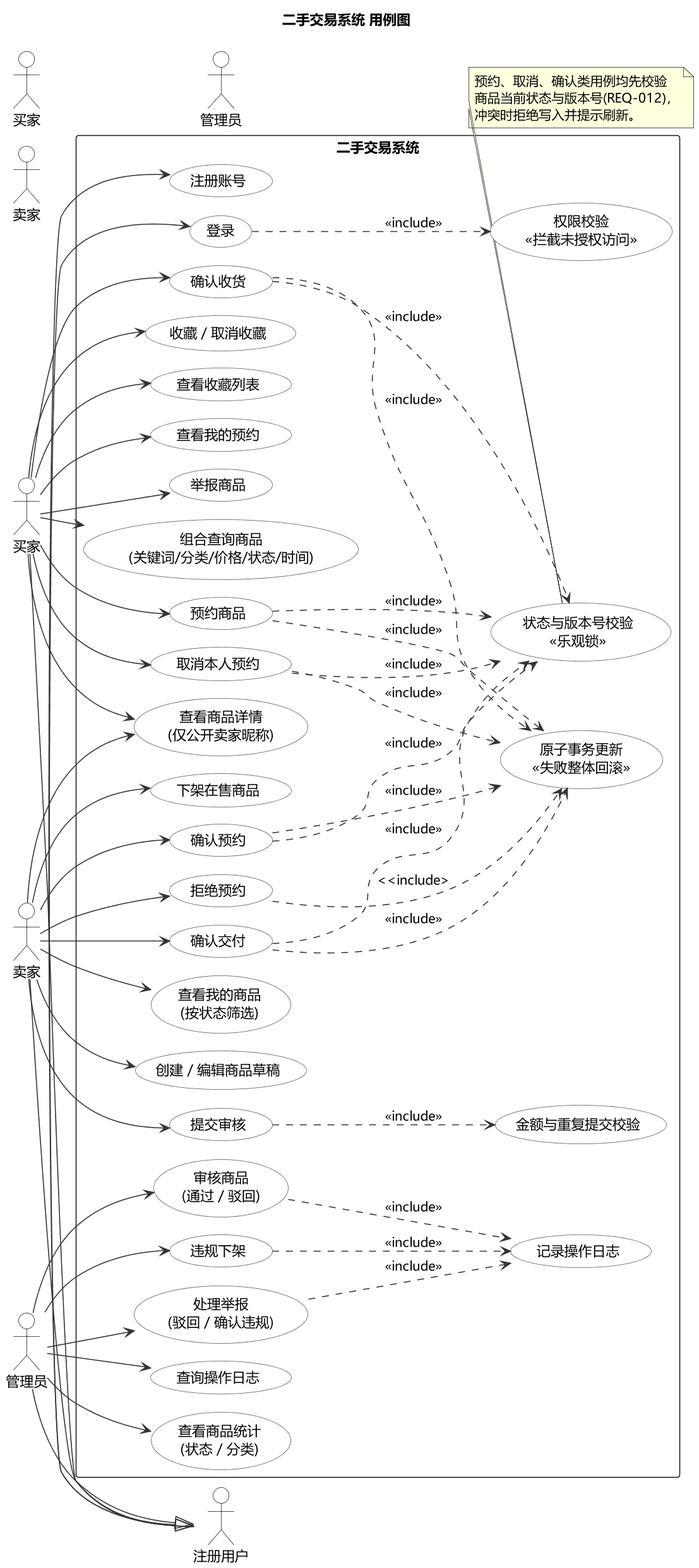
Above: lab2/实验2_251220154_王鸣骏/UML/UML用例图.png in HarryPotter-jun/second-hand-trading-system-lab1-rebuild (PlantUML), before the change.
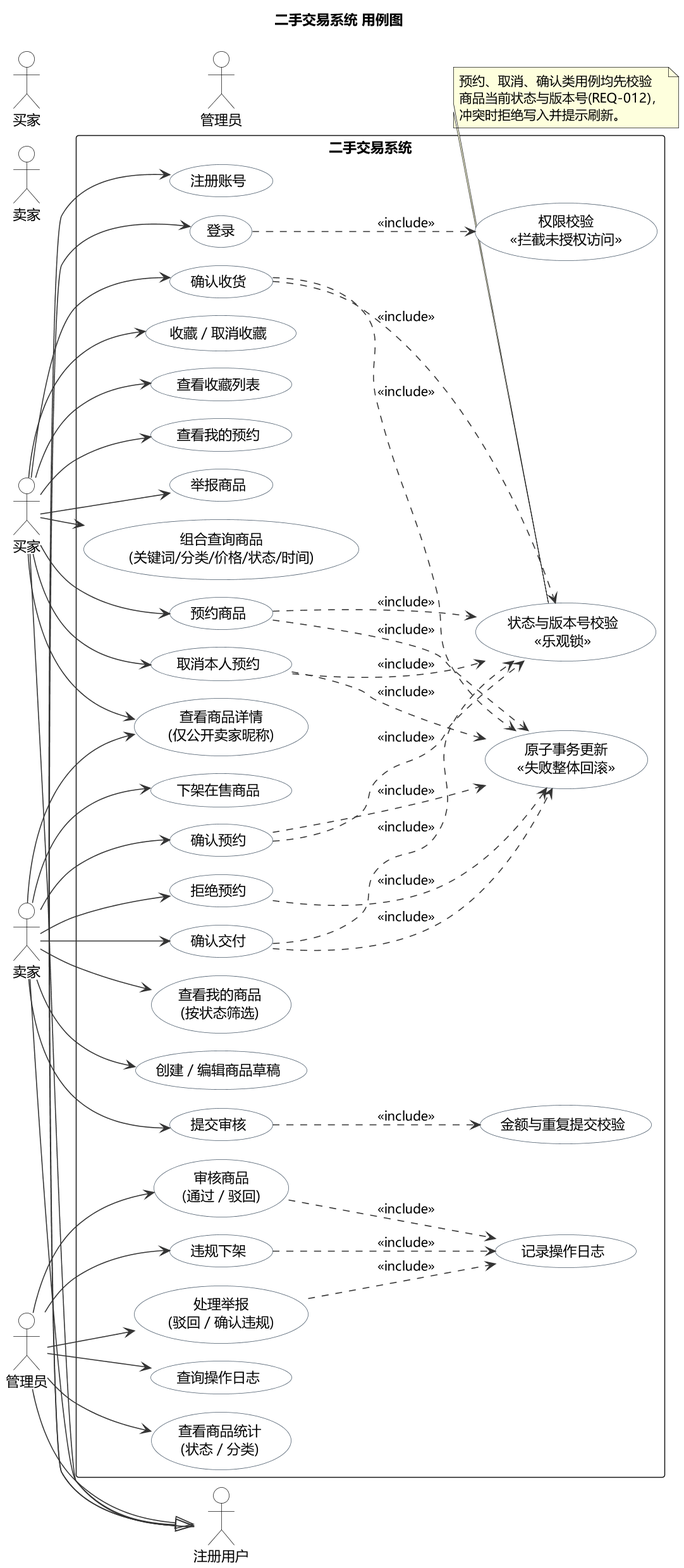
The same file after the commit.

Commit message:
lab2 第一次人工修改：修复状态图渲染报错与用例图包含关系笔误

The edit, as a diff of the source:
```diff
@@ -94,7 +94,7 @@
 UC13 ..> UC43 : <<include>>
 UC14 ..> UC43 : <<include>>
 UC24 ..> UC43 : <<include>>
-UC25 ..> UC43 : <<include>
+UC25 ..> UC43 : <<include>>
 UC26 ..> UC43 : <<include>>
 UC15 ..> UC43 : <<include>>
 UC32 ..> UC44 : <<include>>
```
